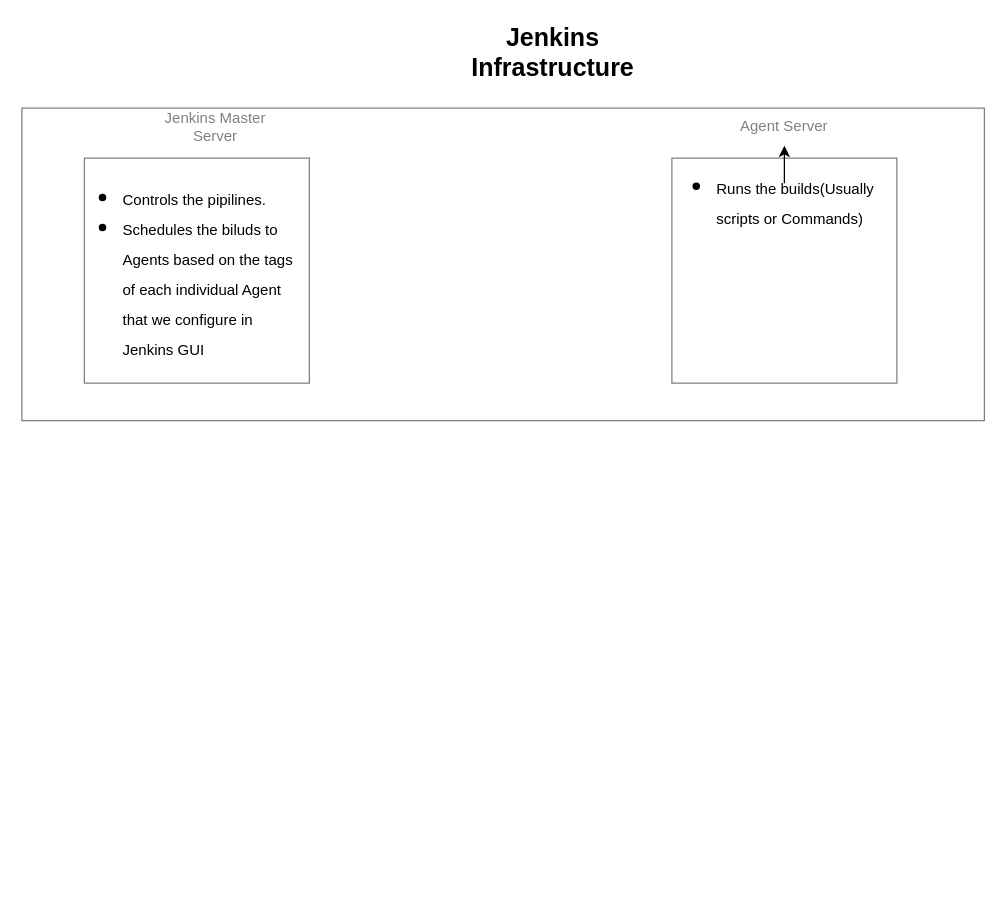
The draw.io diagram Untitled Diagram.drawio in Bhanu-Ganga-DevOPs/Sample_Python_CI_Pipeline, before the edit. Source tidied: cells renumbered, new cells numbered last; positions are measured from the earlier drawing's top-left corner, leaving out a move shared by most shapes. Both pictures are drawn from the tidied source at 125%, with x=0, y=0 at pixel (21, 32).
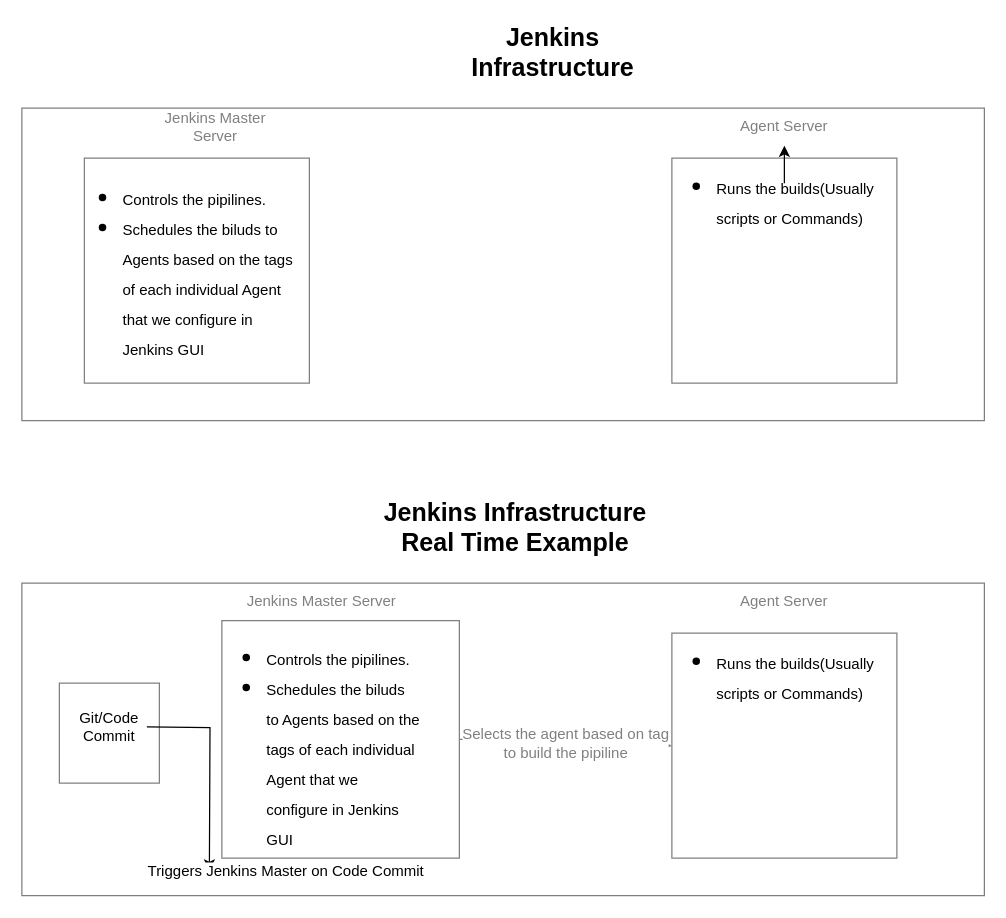
The same diagram, later.

Commit message:
Update Jenkins Infrastructure Diagram.drawio

Diff of the diagram source:
```diff
@@
+    <mxCell id="11" style="whiteSpace=wrap;html=1;" parent="1" vertex="1">
+      <mxGeometry x="520" y="480" width="180" height="180" as="geometry" />
+    </mxCell>
+    <mxCell id="12" value="Selects the agent based on tag &lt;br&gt;to build the pipiline" style="edgeStyle=orthogonalEdgeStyle;rounded=0;jettySize=auto;html=1;entryX=0;entryY=0.5;entryDx=0;entryDy=0;fontSize=12;" parent="1" edge="1" source="13" target="11">
+      <mxGeometry relative="1" as="geometry" />
+    </mxCell>
+    <mxCell id="13" style="whiteSpace=wrap;html=1;" parent="1" vertex="1">
+      <mxGeometry x="160" y="470" width="190" height="190" as="geometry" />
+    </mxCell>
+    <mxCell id="14" value="Jenkins Master Server" style="text;html=1;strokeColor=none;fillColor=none;align=center;verticalAlign=middle;whiteSpace=wrap;rounded=0;" parent="1" vertex="1">
+      <mxGeometry x="100" y="440" width="280" height="30" as="geometry" />
+    </mxCell>
+    <mxCell id="15" value="Agent Server" style="text;html=1;strokeColor=none;fillColor=none;align=center;verticalAlign=middle;whiteSpace=wrap;rounded=0;" parent="1" vertex="1">
+      <mxGeometry x="555" y="440" width="110" height="30" as="geometry" />
+    </mxCell>
+    <mxCell id="16" style="rounded=0;whiteSpace=wrap;html=1;strokeColor=default;opacity=50;" parent="1" vertex="1">
+      <mxGeometry y="440" width="770" height="250" as="geometry" />
+    </mxCell>
+    <mxCell id="17" value="&lt;b&gt;&lt;font style=&quot;font-size: 20px;&quot;&gt;Jenkins Infrastructure Real Time Example&lt;/font&gt;&lt;/b&gt;" style="text;html=1;strokeColor=none;fillColor=none;align=center;verticalAlign=middle;whiteSpace=wrap;rounded=0;" parent="1" vertex="1">
+      <mxGeometry x="280" y="380" width="230" height="30" as="geometry" />
+    </mxCell>
+    <mxCell id="18" value="&lt;p style=&quot;line-height: 60%;&quot;&gt;&lt;/p&gt;&lt;ul&gt;&lt;li style=&quot;text-align: left;&quot;&gt;&lt;font style=&quot;font-size: 12px;&quot;&gt;Controls the pipilines.&lt;/font&gt;&lt;/li&gt;&lt;li style=&quot;text-align: left;&quot;&gt;&lt;font style=&quot;font-size: 12px;&quot;&gt;Schedules the biluds to Agents based on the tags of each individual Agent that we configure in Jenkins GUI&lt;/font&gt;&lt;/li&gt;&lt;/ul&gt;&lt;p&gt;&lt;/p&gt;" style="text;html=1;strokeColor=none;fillColor=none;align=center;verticalAlign=middle;whiteSpace=wrap;rounded=0;fontSize=20;" parent="1" vertex="1">
+      <mxGeometry x="155" y="555" width="165" height="30" as="geometry" />
+    </mxCell>
+    <mxCell id="19" value="&lt;p style=&quot;line-height: 60%;&quot;&gt;&lt;/p&gt;&lt;ul&gt;&lt;li style=&quot;text-align: left;&quot;&gt;&lt;span style=&quot;font-size: 12px; background-color: initial;&quot;&gt;Runs the builds(Usually scripts or Commands)&lt;/span&gt;&lt;br&gt;&lt;/li&gt;&lt;/ul&gt;&lt;p&gt;&lt;/p&gt;" style="text;html=1;strokeColor=none;fillColor=none;align=center;verticalAlign=middle;whiteSpace=wrap;rounded=0;fontSize=20;" parent="1" vertex="1">
+      <mxGeometry x="515" y="500" width="190" height="25" as="geometry" />
+    </mxCell>
+    <mxCell id="20" style="whiteSpace=wrap;html=1;strokeColor=default;fontSize=12;opacity=50;" parent="1" vertex="1">
+      <mxGeometry x="30" y="520" width="80" height="80" as="geometry" />
+    </mxCell>
+    <mxCell id="21" style="edgeStyle=orthogonalEdgeStyle;rounded=0;orthogonalLoop=1;jettySize=auto;html=1;fontSize=12;" parent="1" edge="1">
+      <mxGeometry relative="1" as="geometry">
+        <mxPoint x="100" y="555" as="sourcePoint" />
+        <mxPoint x="150" y="670" as="targetPoint" />
+      </mxGeometry>
+    </mxCell>
+    <mxCell id="22" value="Triggers Jenkins Master on Code Commit" style="edgeLabel;html=1;align=center;verticalAlign=middle;fontSize=12;" parent="21" vertex="1">
+      <mxGeometry x="-0.23" y="4" relative="1" as="geometry">
+        <mxPoint x="56" y="101" as="offset" />
+      </mxGeometry>
+    </mxCell>
+    <mxCell id="23" value="Git/Code Commit" style="text;html=1;strokeColor=none;fillColor=none;align=center;verticalAlign=middle;whiteSpace=wrap;rounded=0;fontSize=12;" parent="1" vertex="1">
+      <mxGeometry x="40" y="540" width="60" height="30" as="geometry" />
+    </mxCell>
```
